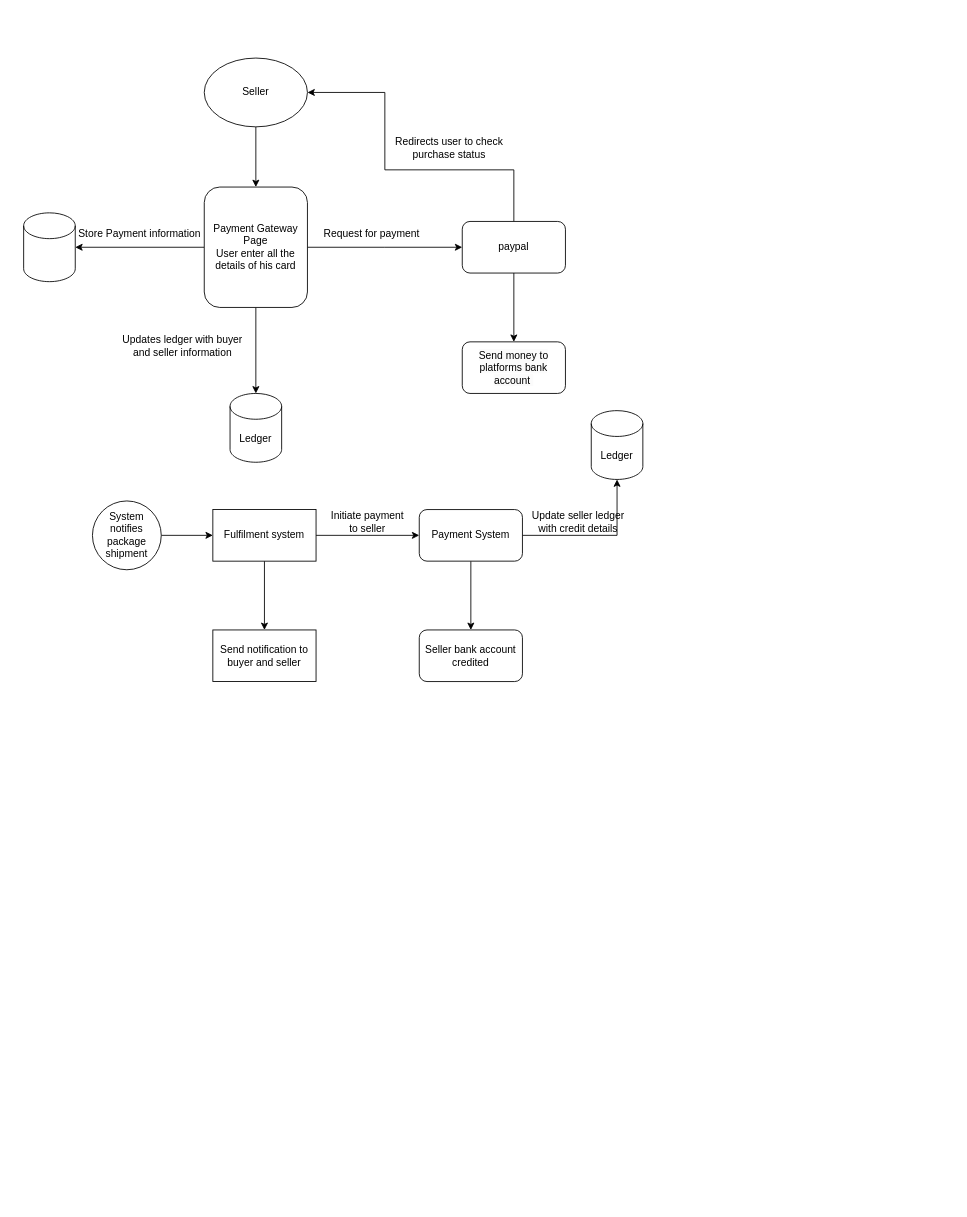
This is PaymentServiceAPI.drawio from chkamal2006/FlowChart, a draw.io file, before an edit. Source tidied: cells renumbered, new cells numbered last; positions are measured from the earlier drawing's top-left corner, leaving out a move shared by most shapes. Both pictures are drawn from the tidied source at 86%, with x=0, y=0 at pixel (23, 58).
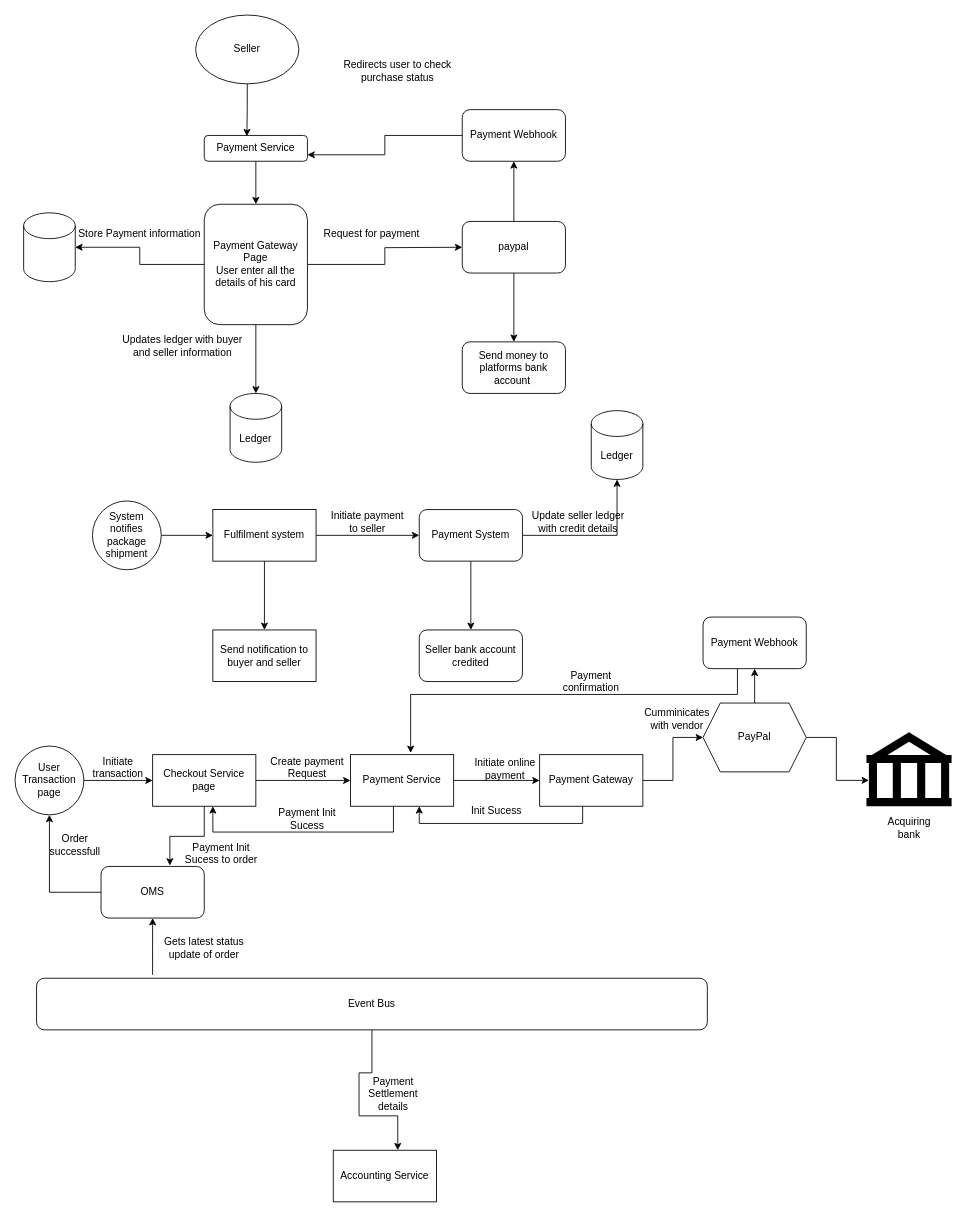
The same page after the edit.

The change refers to these unchanged cells:
```xml
<mxCell id="10" value="paypal" style="rounded=1;whiteSpace=wrap;html=1;" parent="1" vertex="1">
  <mxGeometry x="510" y="190" width="120" height="60" as="geometry" />
</mxCell>
```

What changed in the source:
```diff
@@
-    <mxCell id="2" style="edgeStyle=orthogonalEdgeStyle;rounded=0;jettySize=auto;html=1;" parent="1" edge="1" source="3" target="7">
-      <mxGeometry relative="1" as="geometry" />
-    </mxCell>
     <mxCell id="3" value="Seller" style="ellipse;whiteSpace=wrap;html=1;" parent="1" vertex="1">
-      <mxGeometry x="210" width="120" height="80" as="geometry" />
+      <mxGeometry x="200" y="-50" width="120" height="80" as="geometry" />
     </mxCell>
@@
     <mxCell id="7" value="Payment Gateway Page&lt;br&gt;User enter all the details of his card" style="rounded=1;whiteSpace=wrap;html=1;" parent="1" vertex="1">
-      <mxGeometry x="210" y="150" width="120" height="140" as="geometry" />
+      <mxGeometry x="210" y="170" width="120" height="140" as="geometry" />
     </mxCell>
@@
-    <mxCell id="9" style="edgeStyle=orthogonalEdgeStyle;rounded=0;jettySize=auto;html=1;entryX=1;entryY=0.5;entryDx=0;entryDy=0;" parent="1" edge="1" source="10" target="3">
-      <mxGeometry relative="1" as="geometry">
-        <Array as="points">
-          <mxPoint x="570" y="130" />
-          <mxPoint x="420" y="130" />
-          <mxPoint x="420" y="40" />
-        </Array>
-      </mxGeometry>
-    </mxCell>
+    <mxCell id="31" style="edgeStyle=orthogonalEdgeStyle;rounded=0;jettySize=auto;html=1;entryX=0.5;entryY=1;entryDx=0;entryDy=0;" parent="1" edge="1" source="10" target="71">
+      <mxGeometry relative="1" as="geometry" />
+    </mxCell>
@@
     <mxCell id="15" value="Redirects user to check purchase status" style="text;html=1;strokeColor=none;fillColor=none;align=center;verticalAlign=middle;whiteSpace=wrap;rounded=0;" parent="1" vertex="1">
-      <mxGeometry x="420" y="90" width="150" height="30" as="geometry" />
+      <mxGeometry x="360" width="150" height="30" as="geometry" />
     </mxCell>
@@
+    <mxCell id="32" style="edgeStyle=orthogonalEdgeStyle;rounded=0;jettySize=auto;html=1;" parent="1" edge="1" source="33" target="35">
+      <mxGeometry relative="1" as="geometry" />
+    </mxCell>
+    <mxCell id="33" value="User Transaction page" style="ellipse;whiteSpace=wrap;html=1;" parent="1" vertex="1">
+      <mxGeometry x="-10" y="800" width="80" height="80" as="geometry" />
+    </mxCell>
+    <mxCell id="34" style="edgeStyle=orthogonalEdgeStyle;rounded=0;jettySize=auto;html=1;" parent="1" edge="1" source="35" target="38">
+      <mxGeometry relative="1" as="geometry" />
+    </mxCell>
+    <mxCell id="35" value="Checkout Service page" style="whiteSpace=wrap;html=1;" parent="1" vertex="1">
+      <mxGeometry x="150" y="810" width="120" height="60" as="geometry" />
+    </mxCell>
+    <mxCell id="36" value="Initiate transaction" style="text;html=1;strokeColor=none;fillColor=none;align=center;verticalAlign=middle;whiteSpace=wrap;rounded=0;" parent="1" vertex="1">
+      <mxGeometry x="80" y="810" width="60" height="30" as="geometry" />
+    </mxCell>
+    <mxCell id="37" style="edgeStyle=orthogonalEdgeStyle;rounded=0;jettySize=auto;html=1;" parent="1" edge="1" source="38" target="41">
+      <mxGeometry relative="1" as="geometry" />
+    </mxCell>
+    <mxCell id="38" value="Payment Service" style="whiteSpace=wrap;html=1;" parent="1" vertex="1">
+      <mxGeometry x="380" y="810" width="120" height="60" as="geometry" />
+    </mxCell>
+    <mxCell id="39" style="edgeStyle=orthogonalEdgeStyle;rounded=0;jettySize=auto;html=1;entryX=0;entryY=0.5;entryDx=0;entryDy=0;" parent="1" edge="1" source="41" target="44">
+      <mxGeometry relative="1" as="geometry" />
+    </mxCell>
+    <mxCell id="40" style="edgeStyle=orthogonalEdgeStyle;rounded=0;orthogonalLoop=1;jettySize=auto;html=1;entryX=0.5;entryY=1;entryDx=0;entryDy=0;" parent="1" edge="1">
+      <mxGeometry relative="1" as="geometry">
+        <mxPoint x="430" y="870" as="sourcePoint" />
+        <mxPoint x="220" y="870" as="targetPoint" />
+        <Array as="points">
+          <mxPoint x="430" y="900" />
+          <mxPoint x="220" y="900" />
+        </Array>
+      </mxGeometry>
+    </mxCell>
+    <mxCell id="41" value="Payment Gateway" style="whiteSpace=wrap;html=1;" parent="1" vertex="1">
+      <mxGeometry x="600" y="810" width="120" height="60" as="geometry" />
+    </mxCell>
+    <mxCell id="42" style="edgeStyle=orthogonalEdgeStyle;rounded=0;orthogonalLoop=1;jettySize=auto;html=1;entryX=0.5;entryY=1;entryDx=0;entryDy=0;" parent="1" edge="1">
+      <mxGeometry relative="1" as="geometry">
+        <mxPoint x="650" y="870" as="sourcePoint" />
+        <mxPoint x="460" y="870" as="targetPoint" />
+        <Array as="points">
+          <mxPoint x="650" y="890" />
+          <mxPoint x="460" y="890" />
+        </Array>
+      </mxGeometry>
+    </mxCell>
+    <mxCell id="43" style="edgeStyle=orthogonalEdgeStyle;rounded=0;jettySize=auto;html=1;" parent="1" edge="1" source="44" target="65">
+      <mxGeometry relative="1" as="geometry" />
+    </mxCell>
+    <mxCell id="44" value="PayPal" style="shape=hexagon;perimeter=hexagonPerimeter2;whiteSpace=wrap;html=1;fixedSize=1;" parent="1" vertex="1">
+      <mxGeometry x="790" y="750" width="120" height="80" as="geometry" />
+    </mxCell>
+    <mxCell id="45" style="shape=mxgraph.signs.travel.bank;html=1;fillColor=#000000;strokeColor=none;verticalLabelPosition=bottom;verticalAlign=top;align=center;" parent="1" vertex="1">
+      <mxGeometry x="980" y="784" width="99" height="86" as="geometry" />
+    </mxCell>
+    <mxCell id="46" style="edgeStyle=orthogonalEdgeStyle;rounded=0;jettySize=auto;html=1;entryX=0.03;entryY=0.65;entryDx=0;entryDy=0;entryPerimeter=0;" parent="1" edge="1" source="44" target="45">
+      <mxGeometry relative="1" as="geometry" />
+    </mxCell>
+    <mxCell id="47" value="Create payment Request" style="text;html=1;strokeColor=none;fillColor=none;align=center;verticalAlign=middle;whiteSpace=wrap;rounded=0;" parent="1" vertex="1">
+      <mxGeometry x="280" y="810" width="100" height="30" as="geometry" />
+    </mxCell>
+    <mxCell id="48" value="Initiate online payment" style="text;html=1;strokeColor=none;fillColor=none;align=center;verticalAlign=middle;whiteSpace=wrap;rounded=0;" parent="1" vertex="1">
+      <mxGeometry x="510" y="812" width="100" height="30" as="geometry" />
+    </mxCell>
+    <mxCell id="49" value="Cumminicates with vendor" style="text;html=1;strokeColor=none;fillColor=none;align=center;verticalAlign=middle;whiteSpace=wrap;rounded=0;" parent="1" vertex="1">
+      <mxGeometry x="710" y="754" width="100" height="30" as="geometry" />
+    </mxCell>
+    <mxCell id="50" value="Acquiring bank" style="text;html=1;strokeColor=none;fillColor=none;align=center;verticalAlign=middle;whiteSpace=wrap;rounded=0;" parent="1" vertex="1">
+      <mxGeometry x="999.5" y="880" width="60" height="30" as="geometry" />
+    </mxCell>
+    <mxCell id="51" value="Init Sucess" style="text;html=1;strokeColor=none;fillColor=none;align=center;verticalAlign=middle;whiteSpace=wrap;rounded=0;" parent="1" vertex="1">
+      <mxGeometry x="500" y="860" width="100" height="30" as="geometry" />
+    </mxCell>
+    <mxCell id="52" value="Payment Init Sucess" style="text;html=1;strokeColor=none;fillColor=none;align=center;verticalAlign=middle;whiteSpace=wrap;rounded=0;" parent="1" vertex="1">
+      <mxGeometry x="280" y="870" width="100" height="30" as="geometry" />
+    </mxCell>
+    <mxCell id="53" style="edgeStyle=orthogonalEdgeStyle;rounded=0;jettySize=auto;html=1;" parent="1" edge="1" source="54" target="33">
+      <mxGeometry relative="1" as="geometry" />
+    </mxCell>
+    <mxCell id="54" value="OMS" style="rounded=1;whiteSpace=wrap;html=1;" parent="1" vertex="1">
+      <mxGeometry x="90" y="940" width="120" height="60" as="geometry" />
+    </mxCell>
+    <mxCell id="55" style="edgeStyle=orthogonalEdgeStyle;rounded=0;jettySize=auto;html=1;entryX=0.667;entryY=-0.017;entryDx=0;entryDy=0;entryPerimeter=0;" parent="1" edge="1" source="35" target="54">
+      <mxGeometry relative="1" as="geometry" />
+    </mxCell>
+    <mxCell id="56" value="Payment Init Sucess to order" style="text;html=1;strokeColor=none;fillColor=none;align=center;verticalAlign=middle;whiteSpace=wrap;rounded=0;" parent="1" vertex="1">
+      <mxGeometry x="180" y="910" width="100" height="30" as="geometry" />
+    </mxCell>
+    <mxCell id="57" style="edgeStyle=orthogonalEdgeStyle;rounded=0;jettySize=auto;html=1;entryX=0.5;entryY=1;entryDx=0;entryDy=0;exitX=0.173;exitY=-0.067;exitDx=0;exitDy=0;exitPerimeter=0;" parent="1" edge="1" source="58" target="54">
+      <mxGeometry relative="1" as="geometry" />
+    </mxCell>
+    <mxCell id="58" value="Event Bus" style="rounded=1;whiteSpace=wrap;html=1;" parent="1" vertex="1">
+      <mxGeometry x="15" y="1070" width="780" height="60" as="geometry" />
+    </mxCell>
+    <mxCell id="59" value="Gets latest status update of order" style="text;html=1;strokeColor=none;fillColor=none;align=center;verticalAlign=middle;whiteSpace=wrap;rounded=0;" parent="1" vertex="1">
+      <mxGeometry x="160" y="1020" width="100" height="30" as="geometry" />
+    </mxCell>
+    <mxCell id="60" value="Accounting Service" style="rounded=0;whiteSpace=wrap;html=1;" parent="1" vertex="1">
+      <mxGeometry x="360" y="1270" width="120" height="60" as="geometry" />
+    </mxCell>
+    <mxCell id="61" style="edgeStyle=orthogonalEdgeStyle;rounded=0;jettySize=auto;html=1;entryX=0.625;entryY=0;entryDx=0;entryDy=0;entryPerimeter=0;" parent="1" edge="1" source="58" target="60">
+      <mxGeometry relative="1" as="geometry">
+        <Array as="points">
+          <mxPoint x="405" y="1180" />
+          <mxPoint x="390" y="1180" />
+          <mxPoint x="390" y="1230" />
+        </Array>
+      </mxGeometry>
+    </mxCell>
+    <mxCell id="62" value="Payment Settlement details" style="text;html=1;strokeColor=none;fillColor=none;align=center;verticalAlign=middle;whiteSpace=wrap;rounded=0;" parent="1" vertex="1">
+      <mxGeometry x="400" y="1190" width="60" height="30" as="geometry" />
+    </mxCell>
+    <mxCell id="63" value="Order successfull" style="text;html=1;strokeColor=none;fillColor=none;align=center;verticalAlign=middle;whiteSpace=wrap;rounded=0;" parent="1" vertex="1">
+      <mxGeometry x="15" y="900" width="90" height="30" as="geometry" />
+    </mxCell>
+    <mxCell id="64" style="edgeStyle=orthogonalEdgeStyle;rounded=0;orthogonalLoop=1;jettySize=auto;html=1;" parent="1" edge="1">
+      <mxGeometry relative="1" as="geometry">
+        <mxPoint x="830" y="710" as="sourcePoint" />
+        <mxPoint x="450" y="808" as="targetPoint" />
+        <Array as="points">
+          <mxPoint x="830" y="740" />
+          <mxPoint x="450" y="740" />
+        </Array>
+      </mxGeometry>
+    </mxCell>
+    <mxCell id="65" value="Payment Webhook" style="rounded=1;whiteSpace=wrap;html=1;" parent="1" vertex="1">
+      <mxGeometry x="790" y="650" width="120" height="60" as="geometry" />
+    </mxCell>
+    <mxCell id="66" value="Payment confirmation" style="text;html=1;strokeColor=none;fillColor=none;align=center;verticalAlign=middle;whiteSpace=wrap;rounded=0;" parent="1" vertex="1">
+      <mxGeometry x="630" y="710" width="60" height="30" as="geometry" />
+    </mxCell>
+    <mxCell id="67" style="edgeStyle=orthogonalEdgeStyle;rounded=0;jettySize=auto;html=1;entryX=0.5;entryY=0;entryDx=0;entryDy=0;" parent="1" edge="1" source="68" target="7">
+      <mxGeometry relative="1" as="geometry" />
+    </mxCell>
+    <mxCell id="68" value="Payment Service" style="rounded=1;whiteSpace=wrap;html=1;" parent="1" vertex="1">
+      <mxGeometry x="210" y="90" width="120" height="30" as="geometry" />
+    </mxCell>
+    <mxCell id="69" style="edgeStyle=orthogonalEdgeStyle;rounded=0;jettySize=auto;html=1;entryX=0.413;entryY=0.033;entryDx=0;entryDy=0;entryPerimeter=0;" parent="1" edge="1" source="3" target="68">
+      <mxGeometry relative="1" as="geometry" />
+    </mxCell>
+    <mxCell id="70" style="edgeStyle=orthogonalEdgeStyle;rounded=0;jettySize=auto;html=1;entryX=1;entryY=0.75;entryDx=0;entryDy=0;" parent="1" edge="1" source="71" target="68">
+      <mxGeometry relative="1" as="geometry" />
+    </mxCell>
+    <mxCell id="71" value="Payment Webhook" style="rounded=1;whiteSpace=wrap;html=1;" parent="1" vertex="1">
+      <mxGeometry x="510" y="60" width="120" height="60" as="geometry" />
+    </mxCell>
```
